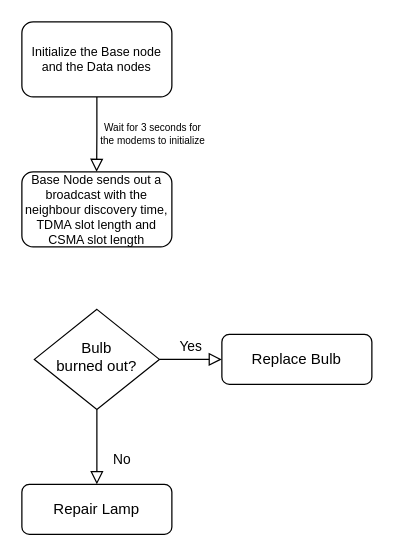
The draw.io diagram Untitled Diagram.drawio in BhavyaMehta2/UNET, before the edit. Source tidied: cells renumbered, new cells numbered last; positions are measured from the earlier drawing's top-left corner, leaving out a move shared by most shapes. Both pictures are drawn from the tidied source at 125%, with x=0, y=0 at pixel (21, 21).
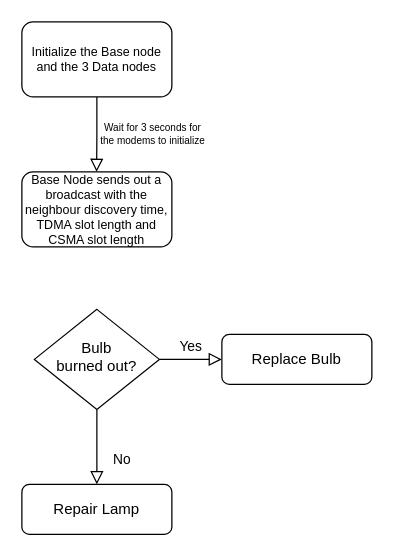
After the change.

The edit, as a diff of the source:
```diff
@@
 <mxGraphModel>
   <root>
     <mxCell id="0" />
     <mxCell id="1" parent="0" />
     <mxCell id="2" style="rounded=0;html=1;jettySize=auto;fontSize=11;endArrow=block;endFill=0;endSize=8;strokeWidth=1;shadow=0;labelBackgroundColor=none;edgeStyle=orthogonalEdgeStyle;exitX=0.5;exitY=1;exitDx=0;exitDy=0;" parent="1" edge="1" source="3">
       <mxGeometry relative="1" as="geometry">
         <mxPoint x="59.8" y="120" as="targetPoint" />
       </mxGeometry>
     </mxCell>
-    <mxCell id="3" value="Initialize the Base node and the Data nodes" style="rounded=1;whiteSpace=wrap;html=1;fontSize=10;glass=0;strokeWidth=1;shadow=0;" parent="1" vertex="1">
+    <mxCell id="3" value="Initialize the Base node and the 3 Data nodes" style="rounded=1;whiteSpace=wrap;html=1;fontSize=10;glass=0;strokeWidth=1;shadow=0;" parent="1" vertex="1">
       <mxGeometry width="120" height="60" as="geometry" />
     </mxCell>
     <mxCell id="4" value="No" style="rounded=0;html=1;jettySize=auto;fontSize=11;endArrow=block;endFill=0;endSize=8;strokeWidth=1;shadow=0;labelBackgroundColor=none;edgeStyle=orthogonalEdgeStyle;" parent="1" edge="1" source="6" target="7">
       <mxGeometry x="0.33" y="20" relative="1" as="geometry" />
     </mxCell>
     <mxCell id="5" value="Yes" style="edgeStyle=orthogonalEdgeStyle;rounded=0;html=1;jettySize=auto;fontSize=11;endArrow=block;endFill=0;endSize=8;strokeWidth=1;shadow=0;labelBackgroundColor=none;" parent="1" edge="1" source="6" target="8">
       <mxGeometry y="10" relative="1" as="geometry" />
     </mxCell>
     <mxCell id="6" value="Bulb&lt;br&gt;burned out?" style="rhombus;whiteSpace=wrap;html=1;shadow=0;fontFamily=Helvetica;fontSize=12;align=center;strokeWidth=1;spacing=6;spacingTop=-4;" parent="1" vertex="1">
       <mxGeometry x="10" y="230" width="100" height="80" as="geometry" />
     </mxCell>
     <mxCell id="7" value="Repair Lamp" style="rounded=1;whiteSpace=wrap;html=1;fontSize=12;glass=0;strokeWidth=1;shadow=0;" parent="1" vertex="1">
       <mxGeometry y="370" width="120" height="40" as="geometry" />
     </mxCell>
     <mxCell id="8" value="Replace Bulb" style="rounded=1;whiteSpace=wrap;html=1;fontSize=12;glass=0;strokeWidth=1;shadow=0;" parent="1" vertex="1">
       <mxGeometry x="160" y="250" width="120" height="40" as="geometry" />
     </mxCell>
     <mxCell id="9" value="&lt;font style=&quot;font-size: 8px;&quot;&gt;Wait for 3 seconds for the modems to initialize&lt;/font&gt;" style="text;strokeColor=none;align=center;fillColor=none;html=1;verticalAlign=middle;whiteSpace=wrap;rounded=0;rotation=0;flipV=1;flipH=0;horizontal=1;fontSize=8;" parent="1" vertex="1">
       <mxGeometry x="60" y="80" width="90" height="20" as="geometry" />
     </mxCell>
     <mxCell id="10" value="Base Node sends out a broadcast with the neighbour discovery time, TDMA slot length and CSMA slot length" style="rounded=1;whiteSpace=wrap;html=1;fontSize=10;" parent="1" vertex="1">
       <mxGeometry y="120" width="120" height="60" as="geometry" />
     </mxCell>
   </root>
 </mxGraphModel>
```
